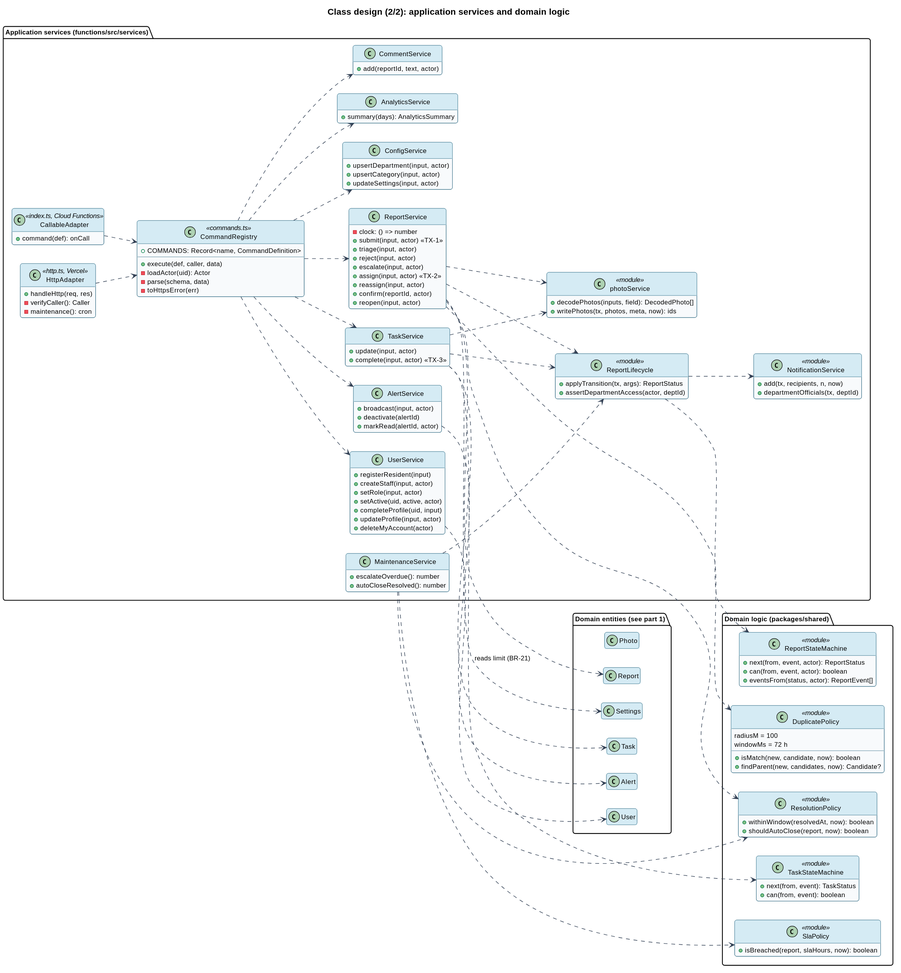
Earlier version of the PlantUML export docs/diagrams/class-services.svg (altechemist/civiclink).
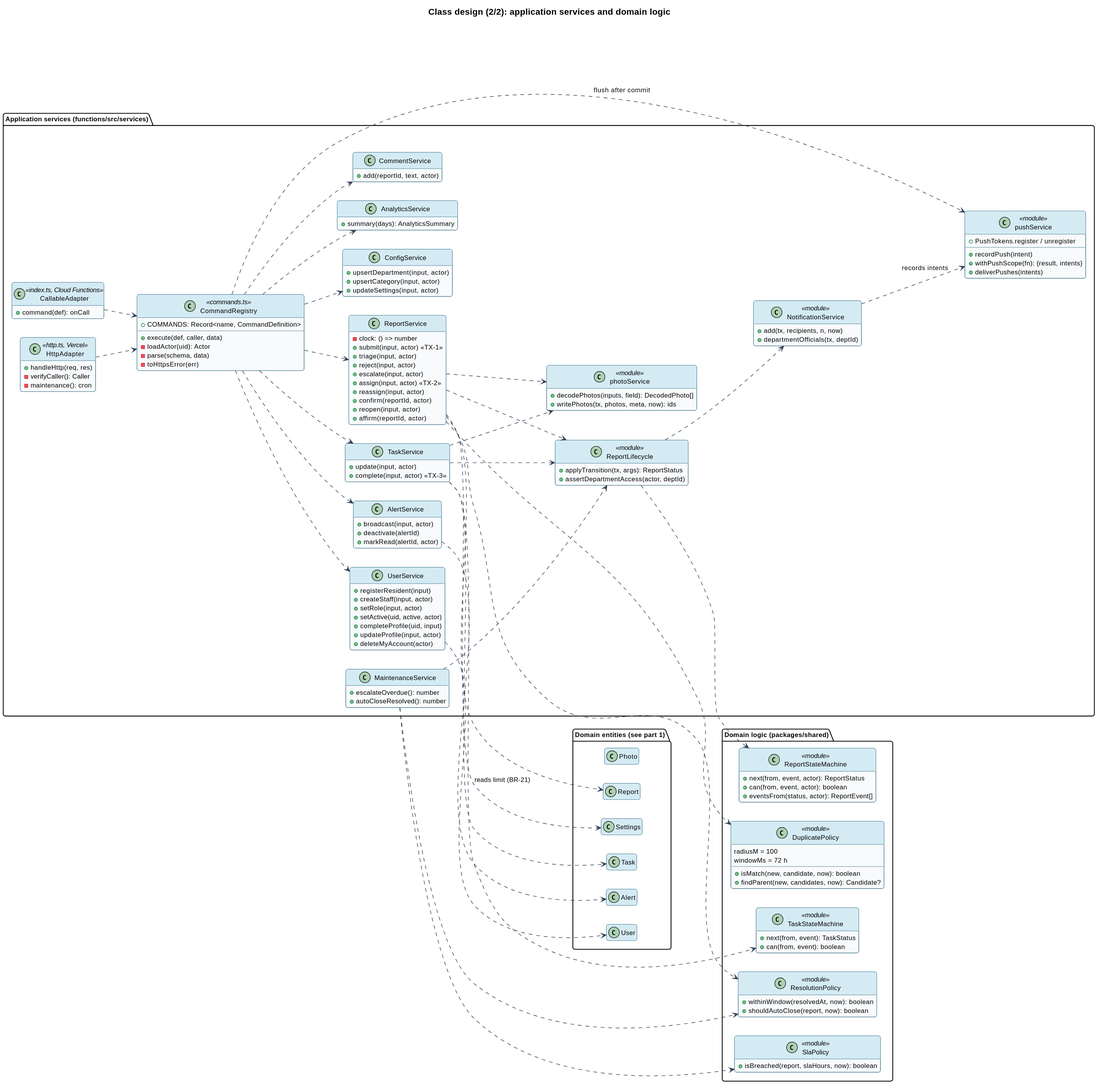
After the change.

The edit, as a diff of the source:
```diff
@@ -14,6 +14,7 @@
     +reassign(input, actor)
     +confirm(reportId, actor)
     +reopen(input, actor)
+    +affirm(reportId, actor)
   }
   class TaskService {
     +update(input, actor)
@@ -71,6 +72,12 @@
   class CallableAdapter <<index.ts, Cloud Functions>> {
     +command(def): onCall
   }
+  class pushService <<module>> {
+    +recordPush(intent)
+    +withPushScope(fn): {result, intents}
+    +deliverPushes(intents)
+    +PushTokens.register / unregister
+  }
   class photoService <<module>> {
     +decodePhotos(inputs, field): DecodedPhoto[]
     +writePhotos(tx, photos, meta, now): ids
@@ -124,6 +131,8 @@
 MaintenanceService ..> ReportLifecycle
 ReportLifecycle ..> ReportStateMachine
 ReportLifecycle ..> NotificationService
+NotificationService ..> pushService : records intents
+CommandRegistry ..> pushService : flush after commit
 TaskService ..> TaskStateMachine
 ReportService ..> DuplicatePolicy
 ReportService ..> photoService
```
